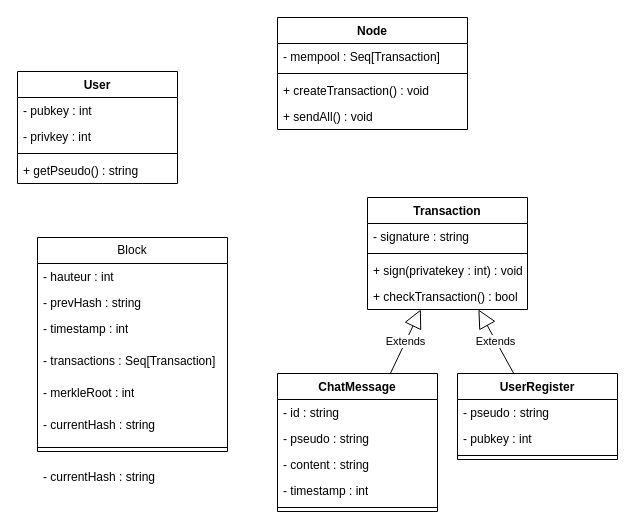
This is ClassDiagram.drawio from d0d0o0/ApocalypticBlockchain, a draw.io file, before an edit. Source tidied: cells renumbered, new cells numbered last; positions are measured from the earlier drawing's top-left corner, leaving out a move shared by most shapes. Both pictures are drawn from the tidied source at 100%, with x=0, y=0 at pixel (17, 17).
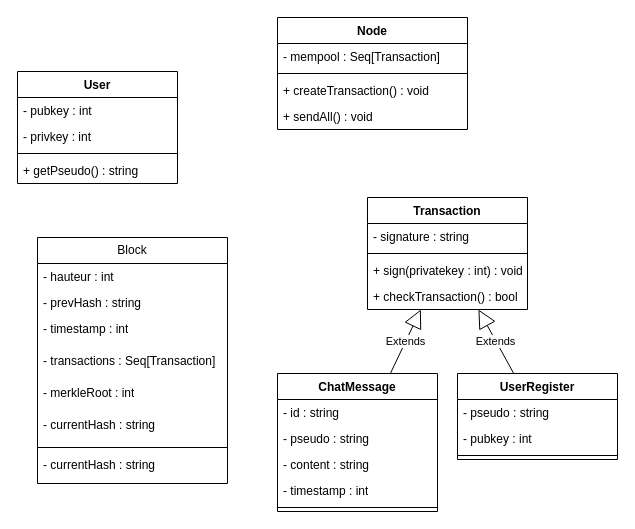
After the change.

Commit message:
PDF Class Diagram added

Change to the diagram source:
```diff
@@
     <mxCell id="29" value="Block" style="swimlane;fontStyle=0;horizontal=1;startSize=26;fillColor=none;whiteSpace=wrap;html=1;" parent="1" vertex="1">
-      <mxGeometry x="20" y="220" width="190" height="214" as="geometry" />
+      <mxGeometry x="20" y="220" width="190" height="246" as="geometry" />
     </mxCell>
@@
-    <mxCell id="37" value="- currentHash : string" style="text;strokeColor=none;fillColor=none;align=left;verticalAlign=top;spacingLeft=4;spacingRight=4;overflow=hidden;whiteSpace=wrap;html=1;" parent="1" vertex="1">
-      <mxGeometry x="20" y="446" width="190" height="32" as="geometry" />
+    <mxCell id="37" value="- currentHash : string" style="text;strokeColor=none;fillColor=none;align=left;verticalAlign=top;spacingLeft=4;spacingRight=4;overflow=hidden;whiteSpace=wrap;html=1;" parent="29" vertex="1">
+      <mxGeometry y="214" width="190" height="32" as="geometry" />
     </mxCell>
```
